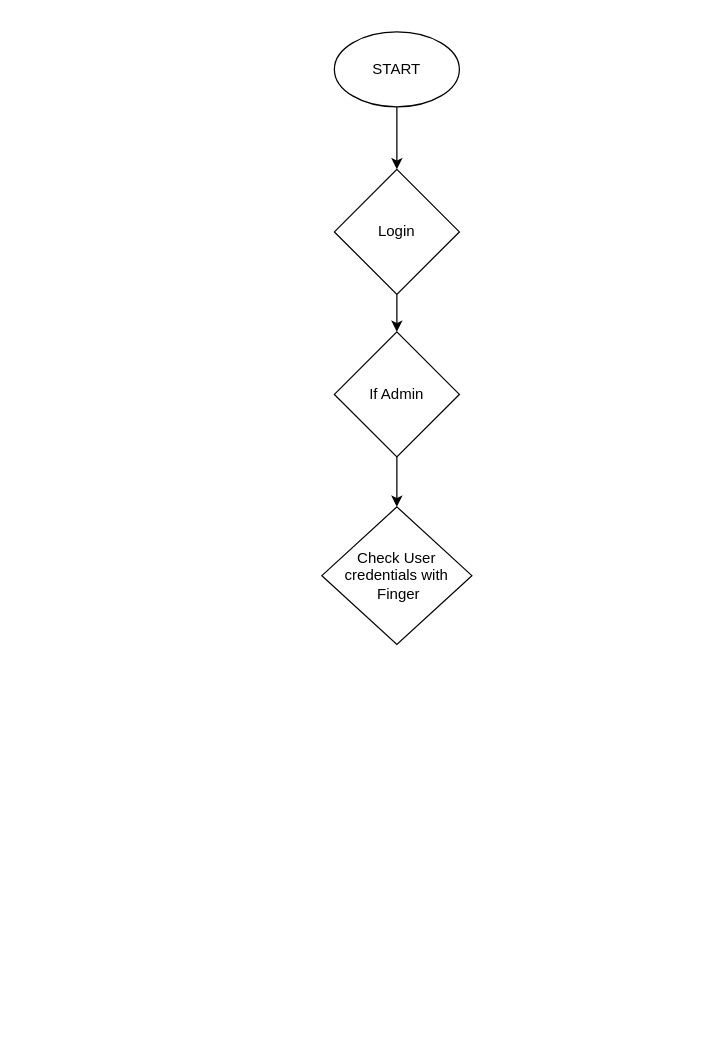
Before: FLowChart/Login_flowchart.drawio in ApilLamsal/My-Work-For-Draw.io, a draw.io diagram. Source tidied: cells renumbered, new cells numbered last; positions are measured from the earlier drawing's top-left corner, leaving out a move shared by most shapes. Both pictures are drawn from the tidied source at 125%, with x=0, y=0 at pixel (321, 31).
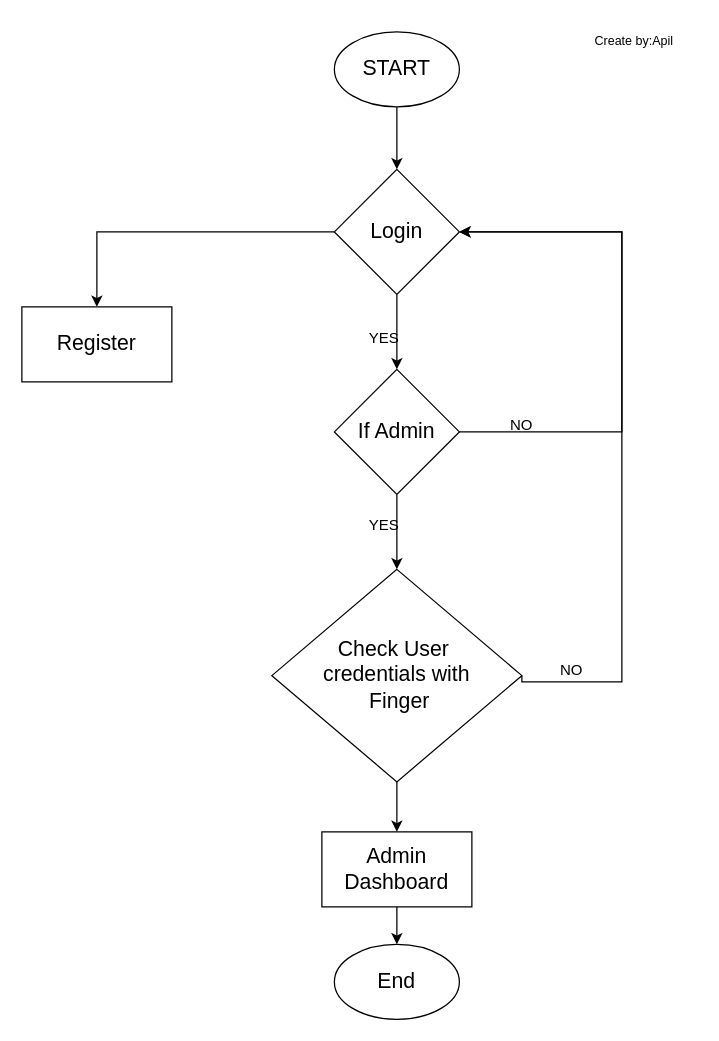
After the change.

Change to the diagram source:
```diff
@@
-    <mxCell id="2" style="edgeStyle=orthogonalEdgeStyle;rounded=0;jettySize=auto;html=1;entryX=0.5;entryY=0;entryDx=0;entryDy=0;" parent="1" edge="1" source="3" target="5">
+    <mxCell id="2" style="edgeStyle=orthogonalEdgeStyle;rounded=0;jettySize=auto;html=1;entryX=0.5;entryY=0;entryDx=0;entryDy=0;fontSize=17;" parent="1" edge="1" source="3" target="5">
       <mxGeometry relative="1" as="geometry" />
     </mxCell>
-    <mxCell id="3" value="START" style="ellipse;whiteSpace=wrap;html=1;" parent="1" vertex="1">
+    <mxCell id="3" value="START" style="ellipse;whiteSpace=wrap;html=1;fontSize=17;" parent="1" vertex="1">
       <mxGeometry x="10" width="100" height="60" as="geometry" />
     </mxCell>
-    <mxCell id="4" style="edgeStyle=orthogonalEdgeStyle;rounded=0;jettySize=auto;html=1;exitX=0.5;exitY=1;exitDx=0;exitDy=0;entryX=0.5;entryY=0;entryDx=0;entryDy=0;" parent="1" edge="1" source="5" target="7">
+    <mxCell id="4" style="edgeStyle=orthogonalEdgeStyle;rounded=0;jettySize=auto;html=1;exitX=0.5;exitY=1;exitDx=0;exitDy=0;entryX=0.5;entryY=0;entryDx=0;entryDy=0;fontSize=17;" parent="1" edge="1" source="5" target="7">
       <mxGeometry relative="1" as="geometry" />
     </mxCell>
+    <mxCell id="9" style="edgeStyle=orthogonalEdgeStyle;rounded=0;jettySize=auto;html=1;entryX=0.5;entryY=0;entryDx=0;entryDy=0;fontSize=17;" parent="1" edge="1" source="5" target="20">
+      <mxGeometry relative="1" as="geometry" />
+    </mxCell>
-    <mxCell id="5" value="Login" style="rhombus;whiteSpace=wrap;html=1;" parent="1" vertex="1">
+    <mxCell id="5" value="Login" style="rhombus;whiteSpace=wrap;html=1;fontSize=17;" parent="1" vertex="1">
       <mxGeometry x="10" y="110" width="100" height="100" as="geometry" />
     </mxCell>
-    <mxCell id="6" style="edgeStyle=orthogonalEdgeStyle;rounded=0;jettySize=auto;html=1;entryX=0.5;entryY=0;entryDx=0;entryDy=0;" parent="1" edge="1" source="7" target="8">
+    <mxCell id="6" style="edgeStyle=orthogonalEdgeStyle;rounded=0;jettySize=auto;html=1;entryX=0.5;entryY=0;entryDx=0;entryDy=0;fontSize=17;" parent="1" edge="1" source="7" target="8">
       <mxGeometry relative="1" as="geometry" />
     </mxCell>
-    <mxCell id="7" value="If Admin" style="rhombus;whiteSpace=wrap;html=1;" parent="1" vertex="1">
-      <mxGeometry x="10" y="240" width="100" height="100" as="geometry" />
+    <mxCell id="7" value="If Admin" style="rhombus;whiteSpace=wrap;html=1;fontSize=17;" parent="1" vertex="1">
+      <mxGeometry x="10" y="270" width="100" height="100" as="geometry" />
     </mxCell>
+    <mxCell id="10" style="edgeStyle=orthogonalEdgeStyle;rounded=0;jettySize=auto;html=1;fontSize=17;" parent="1" edge="1" source="8" target="13">
+      <mxGeometry relative="1" as="geometry" />
+    </mxCell>
+    <mxCell id="11" style="edgeStyle=orthogonalEdgeStyle;rounded=0;jettySize=auto;html=1;entryX=1;entryY=0.5;entryDx=0;entryDy=0;exitX=1;exitY=0.5;exitDx=0;exitDy=0;fontSize=17;" parent="1" edge="1" source="8" target="5">
+      <mxGeometry relative="1" as="geometry">
+        <Array as="points">
+          <mxPoint x="160" y="520" />
+          <mxPoint x="240" y="520" />
+          <mxPoint x="240" y="160" />
+        </Array>
+      </mxGeometry>
+    </mxCell>
-    <mxCell id="8" value="&lt;div&gt;Check User credentials with&lt;/div&gt;&lt;div&gt;&amp;nbsp;Finger&lt;/div&gt;" style="rhombus;whiteSpace=wrap;html=1;" parent="1" vertex="1">
-      <mxGeometry y="380" width="120" height="110" as="geometry" />
+    <mxCell id="8" value="&lt;div style=&quot;font-size: 17px;&quot;&gt;Check User&amp;nbsp;&lt;/div&gt;&lt;div style=&quot;font-size: 17px;&quot;&gt;credentials with&lt;/div&gt;&lt;div style=&quot;font-size: 17px;&quot;&gt;&amp;nbsp;Finger&lt;/div&gt;" style="rhombus;whiteSpace=wrap;html=1;fontSize=17;" parent="1" vertex="1">
+      <mxGeometry x="-40" y="430" width="200" height="170" as="geometry" />
     </mxCell>
+    <mxCell id="12" style="edgeStyle=orthogonalEdgeStyle;rounded=0;jettySize=auto;html=1;entryX=0.5;entryY=0;entryDx=0;entryDy=0;fontSize=17;" parent="1" edge="1" source="13" target="19">
+      <mxGeometry relative="1" as="geometry" />
+    </mxCell>
+    <mxCell id="13" value="Admin Dashboard" style="rounded=0;whiteSpace=wrap;html=1;fontSize=17;" parent="1" vertex="1">
+      <mxGeometry y="640" width="120" height="60" as="geometry" />
+    </mxCell>
+    <mxCell id="14" value="NO" style="text;html=1;strokeColor=none;fillColor=none;align=center;verticalAlign=middle;whiteSpace=wrap;rounded=0;fontSize=12;" parent="1" vertex="1">
+      <mxGeometry x="170" y="496" width="60" height="30" as="geometry" />
+    </mxCell>
+    <mxCell id="15" value="YES" style="text;html=1;strokeColor=none;fillColor=none;align=center;verticalAlign=middle;whiteSpace=wrap;rounded=0;fontSize=12;" parent="1" vertex="1">
+      <mxGeometry x="20" y="380" width="60" height="30" as="geometry" />
+    </mxCell>
+    <mxCell id="16" value="YES" style="text;html=1;strokeColor=none;fillColor=none;align=center;verticalAlign=middle;whiteSpace=wrap;rounded=0;fontSize=12;" parent="1" vertex="1">
+      <mxGeometry x="20" y="230" width="60" height="30" as="geometry" />
+    </mxCell>
+    <mxCell id="17" style="edgeStyle=orthogonalEdgeStyle;rounded=0;jettySize=auto;html=1;exitX=1;exitY=0.5;exitDx=0;exitDy=0;fontSize=17;" parent="1" edge="1" source="7">
+      <mxGeometry relative="1" as="geometry">
+        <mxPoint x="110" y="160" as="targetPoint" />
+        <Array as="points">
+          <mxPoint x="240" y="320" />
+          <mxPoint x="240" y="160" />
+        </Array>
+      </mxGeometry>
+    </mxCell>
+    <mxCell id="18" value="NO" style="text;html=1;strokeColor=none;fillColor=none;align=center;verticalAlign=middle;whiteSpace=wrap;rounded=0;fontSize=12;" parent="1" vertex="1">
+      <mxGeometry x="130" y="300" width="60" height="30" as="geometry" />
+    </mxCell>
+    <mxCell id="19" value="&lt;div style=&quot;font-size: 17px;&quot;&gt;End&lt;/div&gt;" style="ellipse;whiteSpace=wrap;html=1;fontSize=17;" parent="1" vertex="1">
+      <mxGeometry x="10" y="730" width="100" height="60" as="geometry" />
+    </mxCell>
+    <mxCell id="20" value="Register" style="rounded=0;whiteSpace=wrap;html=1;fontSize=17;" parent="1" vertex="1">
+      <mxGeometry x="-240" y="220" width="120" height="60" as="geometry" />
+    </mxCell>
+    <mxCell id="21" value="&lt;font style=&quot;font-size: 10px;&quot;&gt;Create by:Apil&lt;/font&gt;" style="text;html=1;strokeColor=none;fillColor=none;align=center;verticalAlign=middle;whiteSpace=wrap;rounded=0;fontSize=10;" parent="1" vertex="1">
+      <mxGeometry x="200" y="-8" width="100" height="30" as="geometry" />
+    </mxCell>
```
